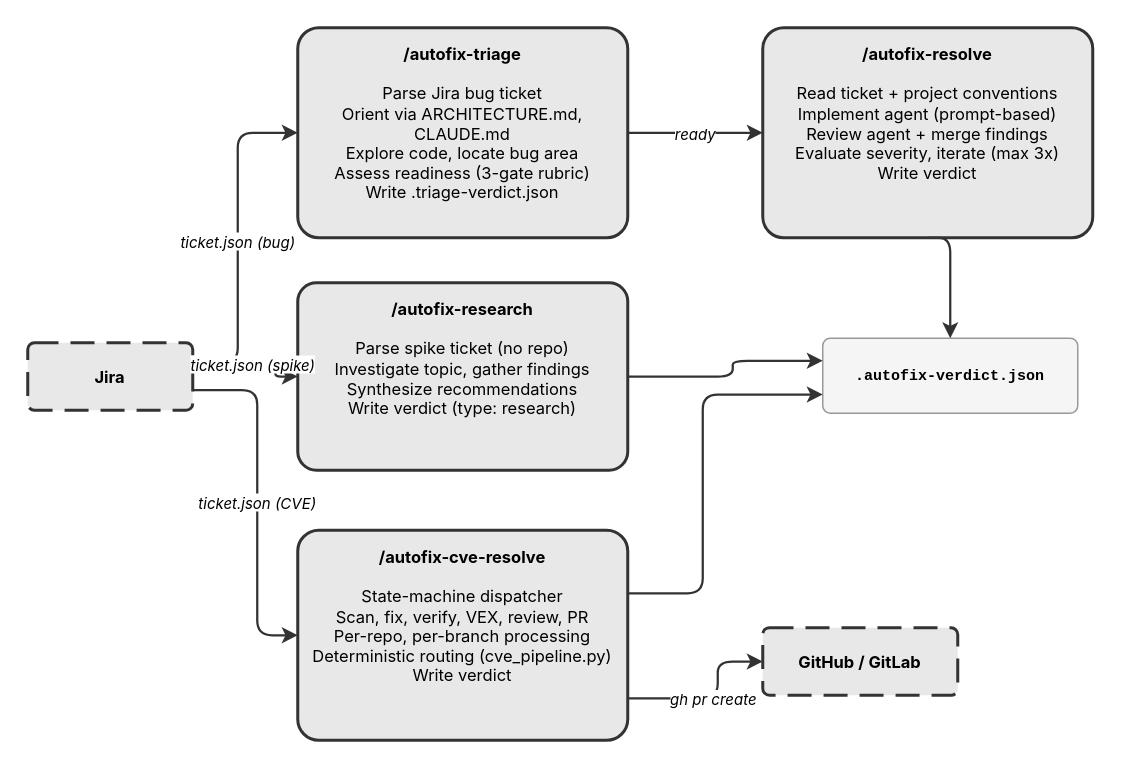
opendatahub-io/skills-registry keeps this draw.io diagram as site/docs/plugins/autofix-skills/pipeline.drawio. Above is the earlier version. Source tidied: cells renumbered, new cells numbered last; positions are measured from the earlier drawing's top-left corner, leaving out a move shared by most shapes. Both pictures are drawn from the tidied source at 150%, with x=0, y=0 at pixel (27, 27).
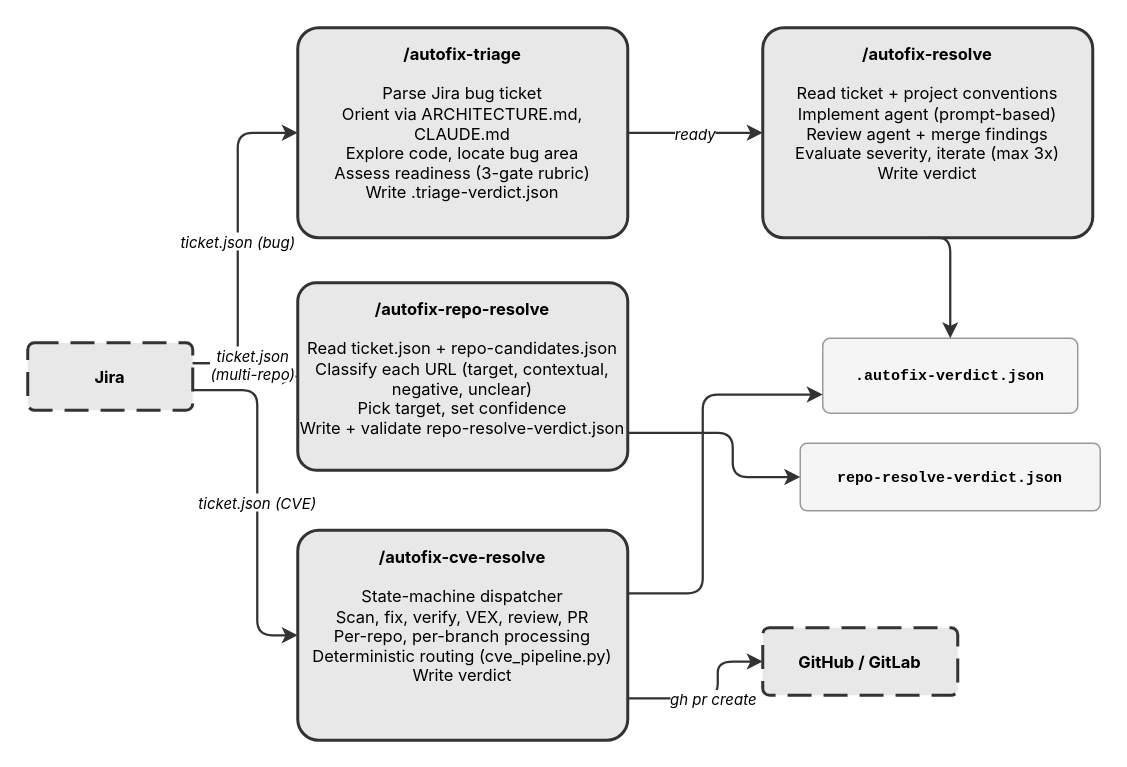
Above is the later version.

Unchanged cells that the change refers to:
```xml
<mxCell id="2" value="&lt;b&gt;Jira&lt;/b&gt;" style="rounded=1;whiteSpace=wrap;html=1;fillColor=#e8e8e8;strokeColor=#333333;strokeWidth=2;arcSize=10;dashed=1;dashPattern=8 4;verticalAlign=middle;fontSize=11;fontFamily=Inter,Helvetica,Arial,sans-serif;" parent="1" vertex="1">
  <mxGeometry y="210" width="110" height="45" as="geometry" />
</mxCell>
<mxCell id="7" value="&lt;b&gt;.autofix-verdict.json&lt;/b&gt;" style="rounded=1;whiteSpace=wrap;html=1;fillColor=#f5f5f5;strokeColor=#999999;strokeWidth=1;arcSize=10;verticalAlign=middle;fontSize=10;fontFamily=JetBrains Mono,Courier New,monospace;" parent="1" vertex="1">
  <mxGeometry x="530" y="207" width="170" height="50" as="geometry" />
</mxCell>
```

Change to the diagram source:
```diff
@@
-    <mxCell id="4" value="&lt;b&gt;/autofix-research&lt;/b&gt;&lt;br&gt;&lt;br&gt;Parse spike ticket (no repo)&lt;br&gt;Investigate topic, gather findings&lt;br&gt;Synthesize recommendations&lt;br&gt;Write verdict (type: research)" style="rounded=1;whiteSpace=wrap;html=1;fillColor=#e8e8e8;strokeColor=#333333;strokeWidth=2;arcSize=10;verticalAlign=top;spacingTop=5;fontSize=11;fontFamily=Inter,Helvetica,Arial,sans-serif;" parent="1" vertex="1">
-      <mxGeometry x="180" y="170" width="220" height="125" as="geometry" />
-    </mxCell>
+    <mxCell id="17" value="&lt;b&gt;/autofix-repo-resolve&lt;/b&gt;&lt;br&gt;&lt;br&gt;Read ticket.json + repo-candidates.json&lt;br&gt;Classify each URL (target, contextual,&lt;br&gt;negative, unclear)&lt;br&gt;Pick target, set confidence&lt;br&gt;Write + validate repo-resolve-verdict.json" style="rounded=1;whiteSpace=wrap;html=1;fillColor=#e8e8e8;strokeColor=#333333;strokeWidth=2;arcSize=10;verticalAlign=top;spacingTop=5;fontSize=11;fontFamily=Inter,Helvetica,Arial,sans-serif;" parent="1" vertex="1">
+      <mxGeometry x="180" y="170" width="220" height="125" as="geometry" />
+    </mxCell>
@@
+    <mxCell id="18" value="&lt;b&gt;repo-resolve-verdict.json&lt;/b&gt;" style="rounded=1;whiteSpace=wrap;html=1;fillColor=#f5f5f5;strokeColor=#999999;strokeWidth=1;arcSize=10;verticalAlign=middle;fontSize=10;fontFamily=JetBrains Mono,Courier New,monospace;" parent="1" vertex="1">
+      <mxGeometry x="515" y="277" width="200" height="45" as="geometry" />
+    </mxCell>
@@
-    <mxCell id="10" value="ticket.json (spike)" style="edgeStyle=orthogonalEdgeStyle;rounded=1;strokeColor=#333333;strokeWidth=1.5;html=1;fontSize=10;fontStyle=2;fontFamily=Inter,Helvetica,Arial,sans-serif;exitX=1;exitY=0.3;exitDx=0;exitDy=0;entryX=0;entryY=0.5;entryDx=0;entryDy=0;" parent="1" edge="1" source="2" target="4">
-      <mxGeometry relative="1" as="geometry">
-        <Array as="points">
-          <mxPoint x="165" y="223" />
-          <mxPoint x="165" y="232" />
-        </Array>
-      </mxGeometry>
-    </mxCell>
+    <mxCell id="19" value="ticket.json&lt;br&gt;(multi-repo)" style="edgeStyle=orthogonalEdgeStyle;rounded=1;strokeColor=#333333;strokeWidth=1.5;html=1;fontSize=10;fontStyle=2;fontFamily=Inter,Helvetica,Arial,sans-serif;exitX=1;exitY=0.3;exitDx=0;exitDy=0;entryX=0;entryY=0.5;entryDx=0;entryDy=0;" parent="1" edge="1" source="2" target="17">
+      <mxGeometry relative="1" as="geometry">
+        <Array as="points">
+          <mxPoint x="165" y="223" />
+          <mxPoint x="165" y="232" />
+        </Array>
+      </mxGeometry>
+    </mxCell>
@@
-    <mxCell id="14" style="edgeStyle=orthogonalEdgeStyle;rounded=1;strokeColor=#333333;strokeWidth=1.5;html=1;fontFamily=Inter,Helvetica,Arial,sans-serif;exitX=1;exitY=0.5;exitDx=0;exitDy=0;entryX=0;entryY=0.3;entryDx=0;entryDy=0;" parent="1" edge="1" source="4" target="7">
-      <mxGeometry relative="1" as="geometry">
-        <Array as="points">
-          <mxPoint x="470" y="232" />
-          <mxPoint x="470" y="222" />
-        </Array>
-      </mxGeometry>
-    </mxCell>
+    <mxCell id="20" style="edgeStyle=orthogonalEdgeStyle;rounded=1;strokeColor=#333333;strokeWidth=1.5;html=1;fontFamily=Inter,Helvetica,Arial,sans-serif;exitX=1;exitY=0.8;exitDx=0;exitDy=0;entryX=0;entryY=0.5;entryDx=0;entryDy=0;" parent="1" edge="1" source="17" target="18">
+      <mxGeometry relative="1" as="geometry">
+        <Array as="points">
+          <mxPoint x="470" y="270" />
+          <mxPoint x="470" y="299" />
+        </Array>
+      </mxGeometry>
+    </mxCell>
```
